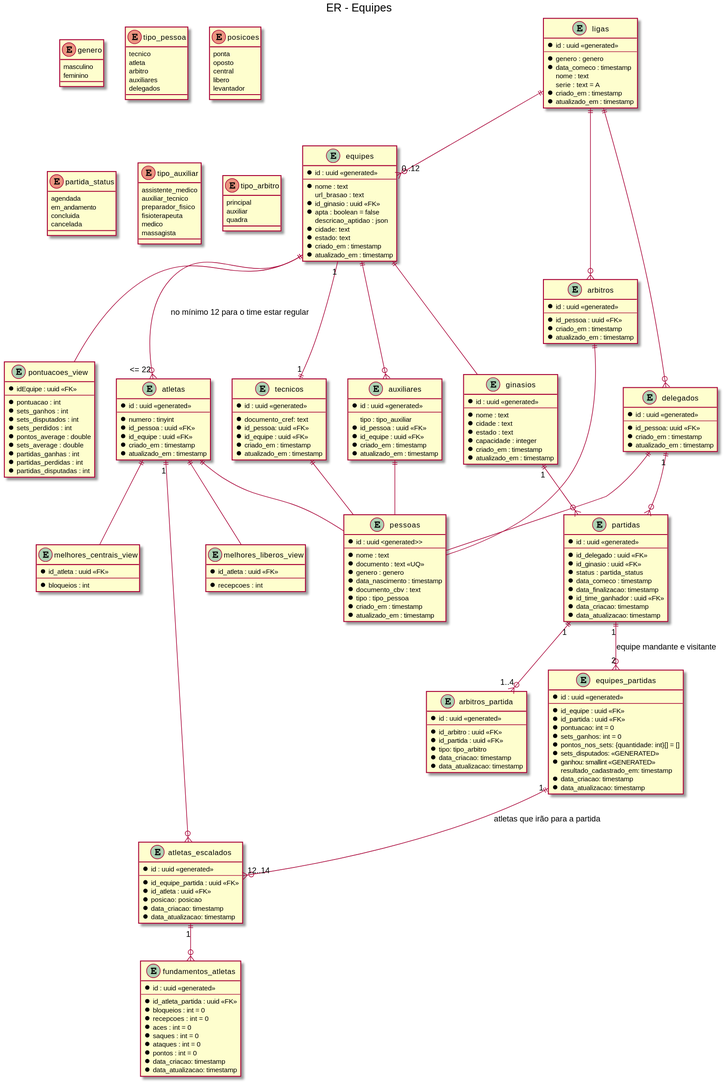
Earlier version of the PlantUML export out/documentation/volei/er.svg (josecleiton/volleyball-api).
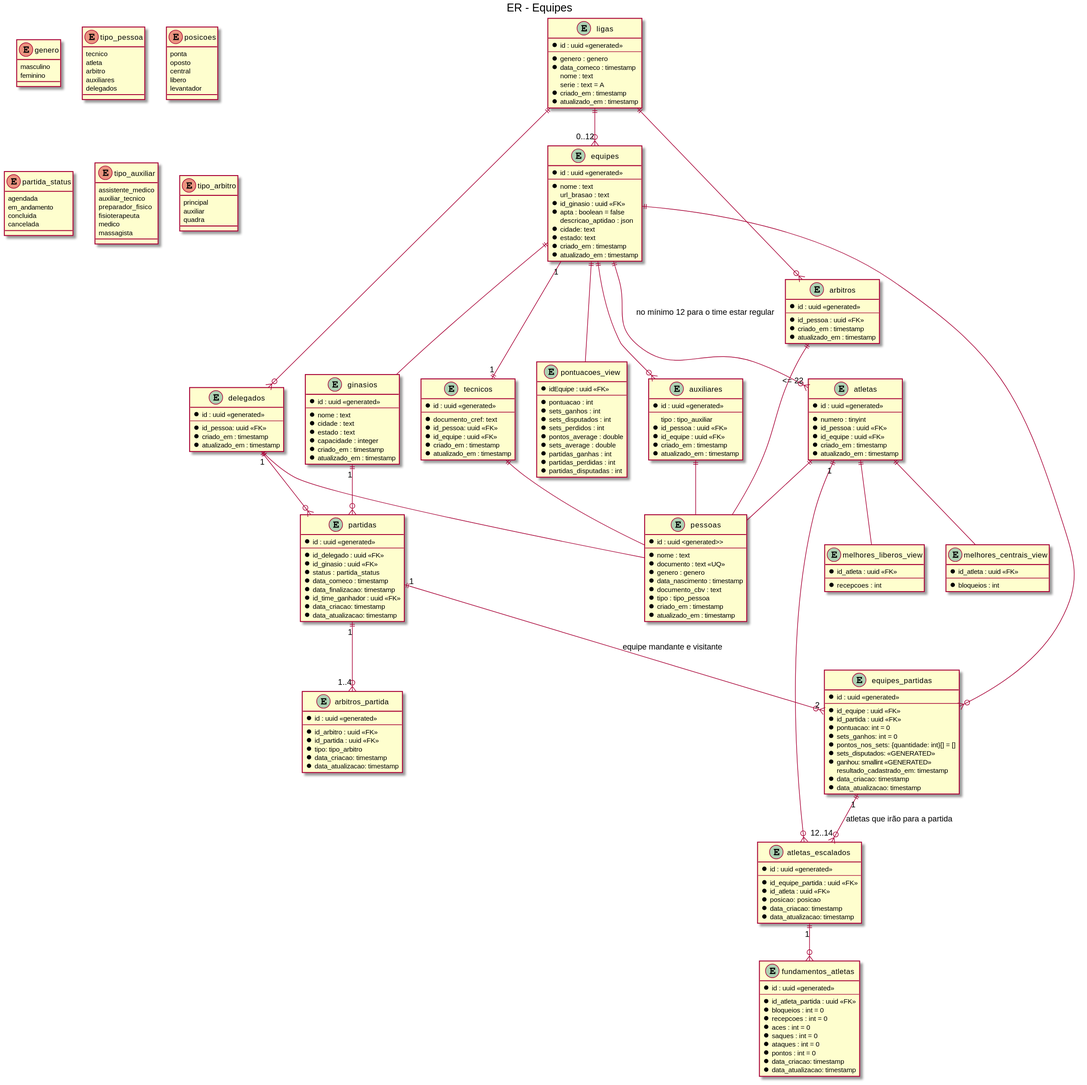
After the change.

Diff of the diagram source:
```diff
@@ -235,6 +235,7 @@
 equipes ||--o{ auxiliares
 equipes ||-- ginasios
 equipes ||-- pontuacoes_view
+equipes ||--o{ equipes_partidas
 delegados "1" ||--o{ partidas
 ginasios "1" ||--o{ partidas
 partidas "1" ||--o{ "2" equipes_partidas : equipe mandante e visitante
```
